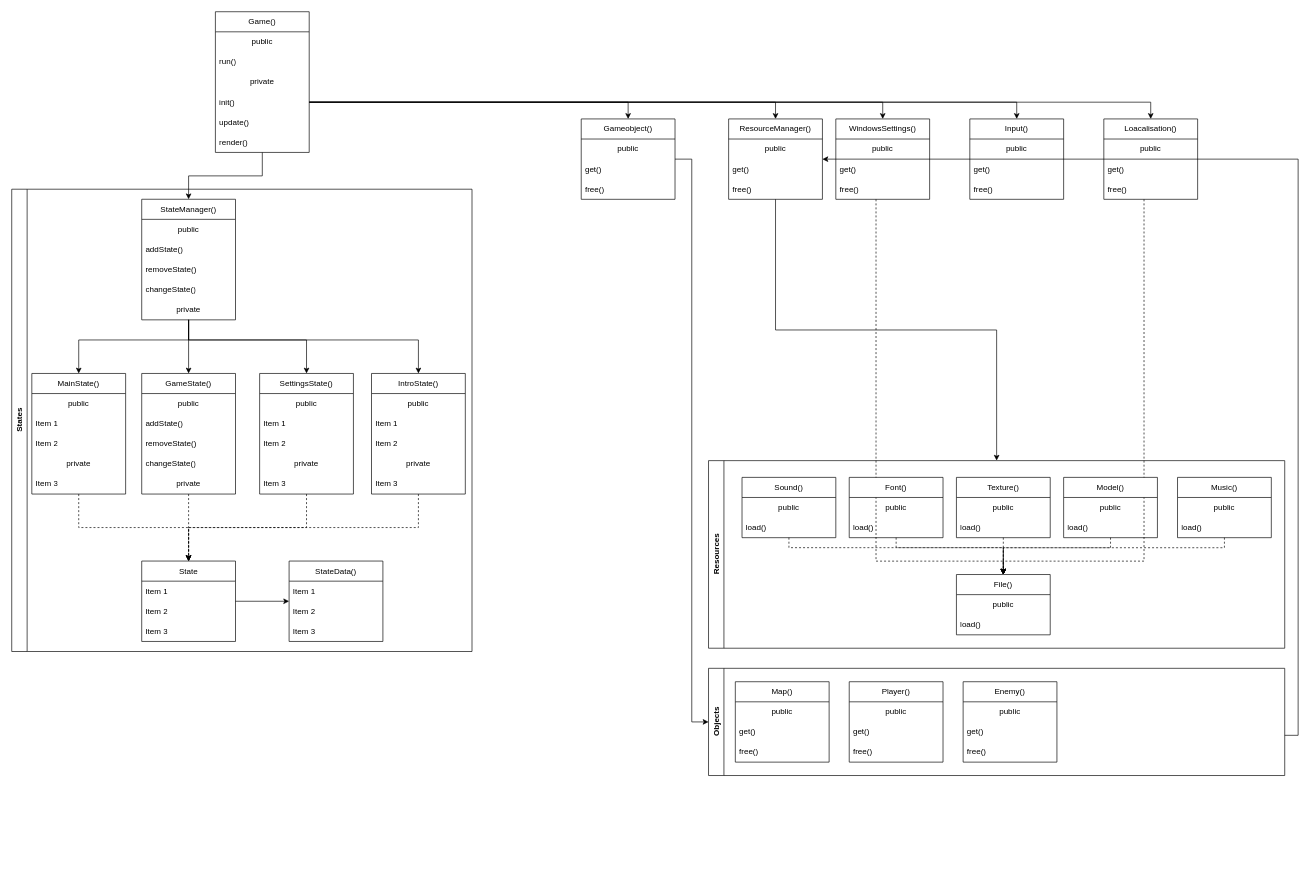
This is Диаграмма без названия.drawio from Lenin-Grub/Kronos, a draw.io file, before an edit. Source tidied: cells renumbered, new cells numbered last; positions are measured from the earlier drawing's top-left corner, leaving out a move shared by most shapes. Both pictures are drawn from the tidied source at 67%, with x=0, y=0 at pixel (11, 11).
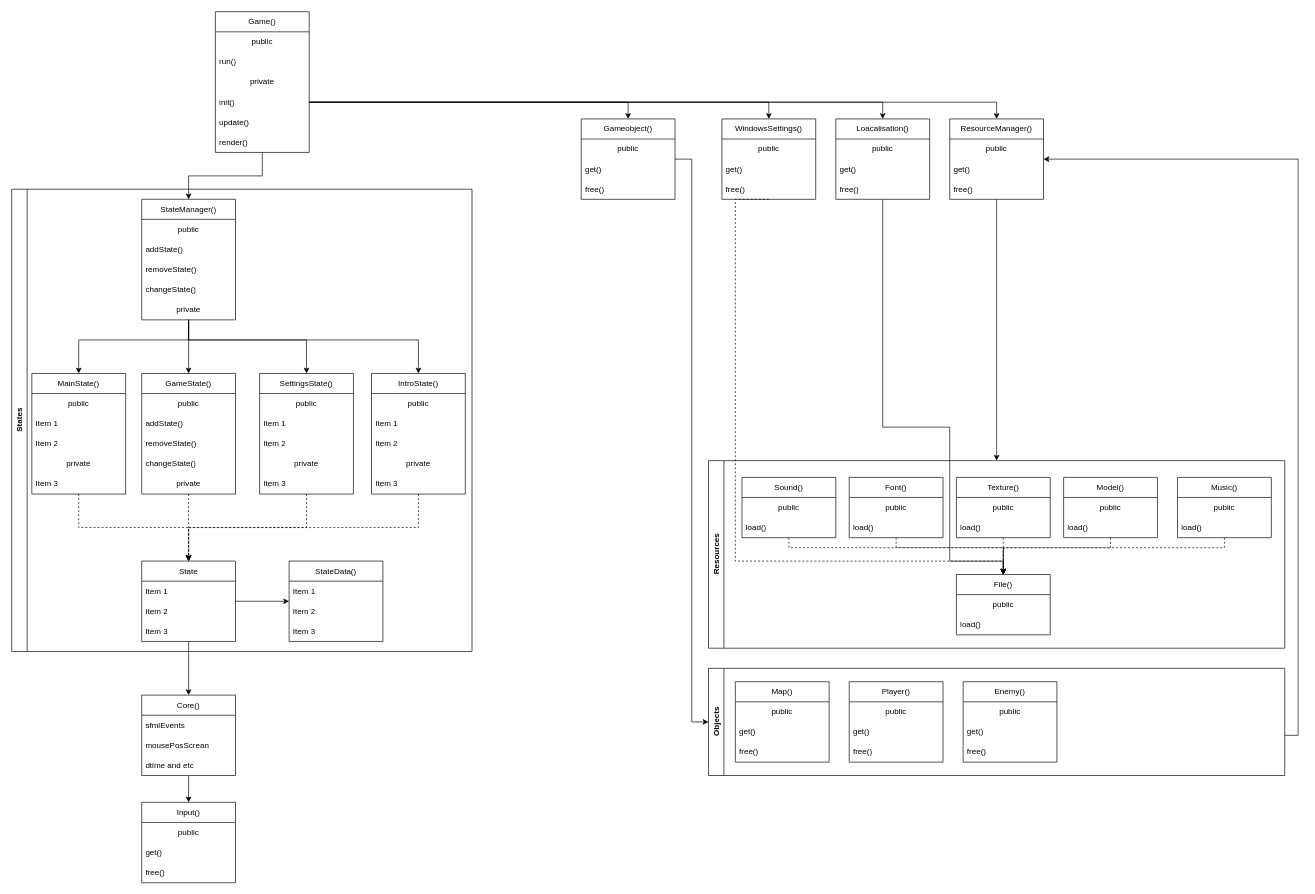
After the change.

The change refers to these unchanged cells:
```xml
<mxCell id="7" value="init()" style="text;strokeColor=none;fillColor=none;align=left;verticalAlign=middle;spacingLeft=4;spacingRight=4;overflow=hidden;points=[[0,0.5],[1,0.5]];portConstraint=eastwest;whiteSpace=wrap;html=1;labelBackgroundColor=none;rounded=0;" parent="3" vertex="1">
  <mxGeometry y="120" width="140" height="30" as="geometry" />
</mxCell>
<mxCell id="79" value="State" style="swimlane;fontStyle=0;horizontal=1;startSize=30;whiteSpace=wrap;html=1;labelBackgroundColor=none;rounded=0;" parent="39" vertex="1">
  <mxGeometry x="194" y="555" width="140" height="120" as="geometry" />
</mxCell>
<mxCell id="104" value="File()" style="swimlane;fontStyle=0;horizontal=1;startSize=30;whiteSpace=wrap;html=1;labelBackgroundColor=none;rounded=0;" parent="87" vertex="1">
  <mxGeometry x="370" y="170" width="140" height="90" as="geometry" />
</mxCell>
```

Diff of the diagram source:
```diff
@@
     <mxCell id="11" value="ResourceManager()" style="swimlane;fontStyle=0;horizontal=1;startSize=30;whiteSpace=wrap;html=1;labelBackgroundColor=none;rounded=0;" parent="1" vertex="1">
-      <mxGeometry x="1070" y="160" width="140" height="120" as="geometry" />
+      <mxGeometry x="1400" y="160" width="140" height="120" as="geometry" />
     </mxCell>
@@
-    <mxCell id="15" style="edgeStyle=orthogonalEdgeStyle;rounded=0;jettySize=auto;html=1;entryX=0.5;entryY=0;entryDx=0;entryDy=0;dashed=1;labelBackgroundColor=none;fontColor=default;" parent="1" edge="1" source="16" target="104">
+    <mxCell id="15" style="edgeStyle=orthogonalEdgeStyle;rounded=0;jettySize=auto;html=1;entryX=0.5;entryY=0;entryDx=0;entryDy=0;dashed=1;labelBackgroundColor=none;fontColor=default;exitX=0.5;exitY=1;exitDx=0;exitDy=0;" parent="1" edge="1" source="16" target="104">
       <mxGeometry relative="1" as="geometry">
         <Array as="points">
-          <mxPoint x="1290" y="820" />
+          <mxPoint x="1080" y="280" />
+          <mxPoint x="1080" y="820" />
           <mxPoint x="1480" y="820" />
         </Array>
       </mxGeometry>
     </mxCell>
     <mxCell id="16" value="WindowsSettings()" style="swimlane;fontStyle=0;horizontal=1;startSize=30;whiteSpace=wrap;html=1;labelBackgroundColor=none;rounded=0;" parent="1" vertex="1">
-      <mxGeometry x="1230" y="160" width="140" height="120" as="geometry" />
+      <mxGeometry x="1060" y="160" width="140" height="120" as="geometry" />
     </mxCell>
@@
     <mxCell id="20" value="Input()" style="swimlane;fontStyle=0;horizontal=1;startSize=30;whiteSpace=wrap;html=1;labelBackgroundColor=none;rounded=0;" parent="1" vertex="1">
-      <mxGeometry x="1430" y="160" width="140" height="120" as="geometry" />
+      <mxGeometry x="194" y="1180" width="140" height="120" as="geometry" />
     </mxCell>
@@
-    <mxCell id="24" style="edgeStyle=orthogonalEdgeStyle;rounded=0;jettySize=auto;html=1;entryX=0.5;entryY=0;entryDx=0;entryDy=0;dashed=1;labelBackgroundColor=none;fontColor=default;" parent="1" edge="1" source="25" target="104">
+    <mxCell id="24" style="edgeStyle=orthogonalEdgeStyle;rounded=0;jettySize=auto;html=1;entryX=0.5;entryY=0;entryDx=0;entryDy=0;labelBackgroundColor=none;fontColor=default;exitX=0.5;exitY=1;exitDx=0;exitDy=0;" parent="1" edge="1" source="25" target="104">
       <mxGeometry relative="1" as="geometry">
         <Array as="points">
-          <mxPoint x="1690" y="820" />
+          <mxPoint x="1300" y="620" />
+          <mxPoint x="1400" y="620" />
+          <mxPoint x="1400" y="820" />
           <mxPoint x="1480" y="820" />
         </Array>
       </mxGeometry>
     </mxCell>
     <mxCell id="25" value="Loacalisation()" style="swimlane;fontStyle=0;horizontal=1;startSize=30;whiteSpace=wrap;html=1;labelBackgroundColor=none;rounded=0;" parent="1" vertex="1">
-      <mxGeometry x="1630" y="160" width="140" height="120" as="geometry" />
+      <mxGeometry x="1230" y="160" width="140" height="120" as="geometry" />
     </mxCell>
@@
-    <mxCell id="36" style="edgeStyle=orthogonalEdgeStyle;rounded=0;jettySize=auto;html=1;exitX=1;exitY=0.5;exitDx=0;exitDy=0;labelBackgroundColor=none;fontColor=default;" parent="1" edge="1" source="7" target="20">
-      <mxGeometry relative="1" as="geometry" />
-    </mxCell>
@@
+    <mxCell id="126" style="edgeStyle=orthogonalEdgeStyle;rounded=0;jettySize=auto;html=1;" parent="1" edge="1" source="127" target="20">
+      <mxGeometry relative="1" as="geometry" />
+    </mxCell>
+    <mxCell id="127" value="Core()" style="swimlane;fontStyle=0;horizontal=1;startSize=30;whiteSpace=wrap;html=1;labelBackgroundColor=none;rounded=0;" parent="1" vertex="1">
+      <mxGeometry x="194" y="1020" width="140" height="120" as="geometry" />
+    </mxCell>
+    <mxCell id="128" value="sfmlEvents" style="text;strokeColor=none;fillColor=none;align=left;verticalAlign=middle;spacingLeft=4;spacingRight=4;overflow=hidden;whiteSpace=wrap;html=1;labelBackgroundColor=none;rounded=0;" parent="127" vertex="1">
+      <mxGeometry y="30" width="140" height="30" as="geometry" />
+    </mxCell>
+    <mxCell id="129" value="mousePosScrean" style="text;strokeColor=none;fillColor=none;align=left;verticalAlign=middle;spacingLeft=4;spacingRight=4;overflow=hidden;whiteSpace=wrap;html=1;labelBackgroundColor=none;rounded=0;" parent="127" vertex="1">
+      <mxGeometry y="60" width="140" height="30" as="geometry" />
+    </mxCell>
+    <mxCell id="130" value="dtime and etc" style="text;strokeColor=none;fillColor=none;align=left;verticalAlign=middle;spacingLeft=4;spacingRight=4;overflow=hidden;whiteSpace=wrap;html=1;labelBackgroundColor=none;rounded=0;" parent="127" vertex="1">
+      <mxGeometry y="90" width="140" height="30" as="geometry" />
+    </mxCell>
+    <mxCell id="131" style="edgeStyle=orthogonalEdgeStyle;rounded=0;jettySize=auto;html=1;entryX=0.5;entryY=0;entryDx=0;entryDy=0;" parent="1" edge="1" source="79" target="127">
+      <mxGeometry relative="1" as="geometry" />
+    </mxCell>
```
